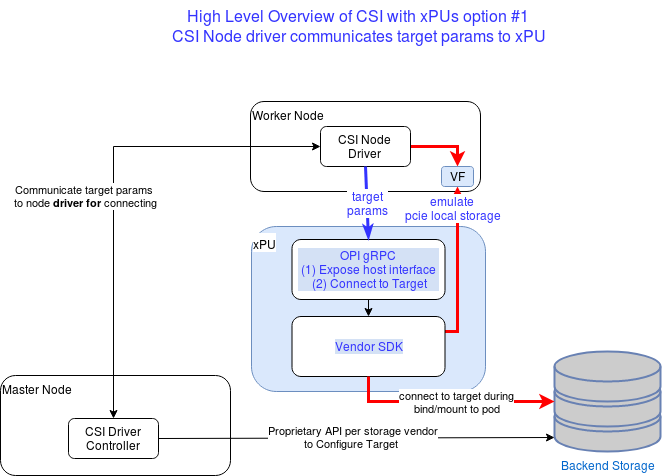
tedstreete/opi-api keeps this draw.io diagram as doc/images/CSI-With-xPU-option1.png. Above is the earlier version. Source tidied: cells renumbered, new cells last; positions are measured from the earlier drawing's top-left corner, leaving out a move shared by most shapes.
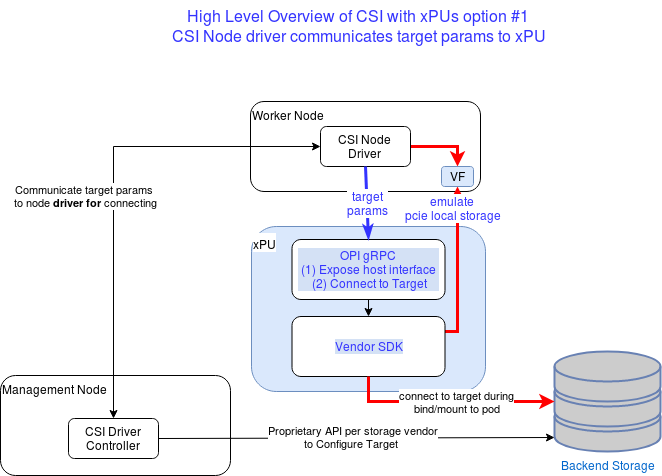
The same diagram one commit later.

Diff of the diagram source:
```diff
@@ -8,7 +8,7 @@
     <mxCell id="3" value="Worker Node" style="rounded=1;whiteSpace=wrap;html=1;verticalAlign=top;align=left;" parent="1" vertex="1">
       <mxGeometry x="250" y="101" width="230" height="90" as="geometry" />
     </mxCell>
-    <mxCell id="4" value="Master Node" style="rounded=1;whiteSpace=wrap;html=1;verticalAlign=top;align=left;" parent="1" vertex="1">
+    <mxCell id="4" value="Management Node" style="rounded=1;whiteSpace=wrap;html=1;verticalAlign=top;align=left;" parent="1" vertex="1">
       <mxGeometry y="375" width="230" height="100" as="geometry" />
     </mxCell>
     <mxCell id="5" style="edgeStyle=orthogonalEdgeStyle;rounded=0;jettySize=auto;html=1;exitX=1;exitY=0.5;exitDx=0;exitDy=0;entryX=0.5;entryY=0;entryDx=0;entryDy=0;strokeColor=#FF0000;strokeWidth=3;fontSize=12;fontColor=#3333FF;" parent="1" edge="1" source="6" target="15">
```
